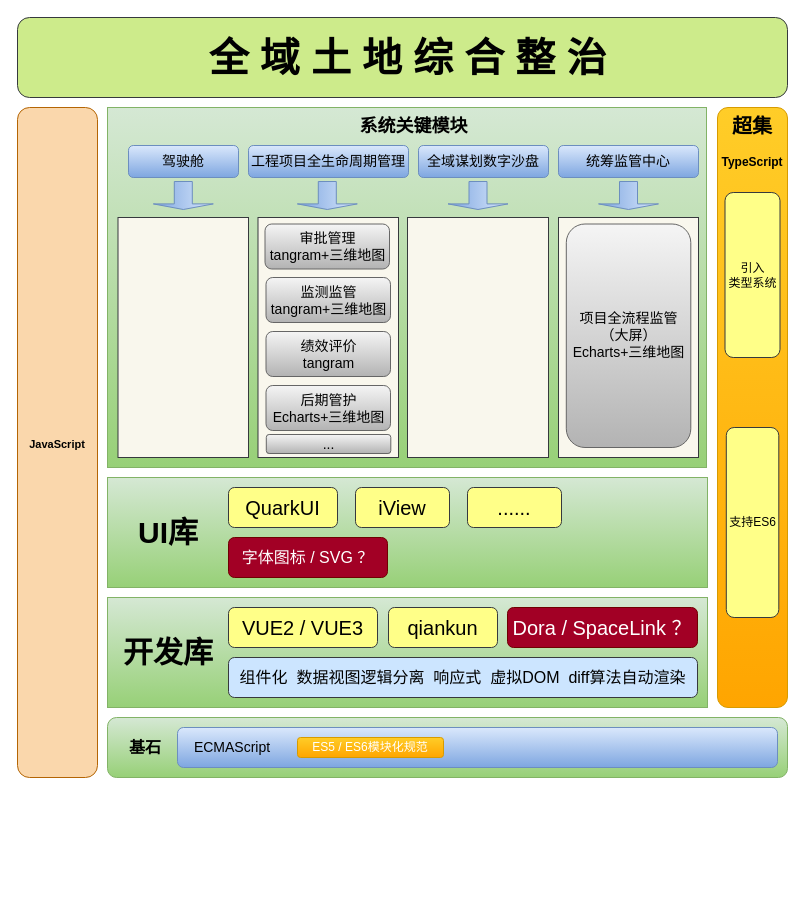
Before: page "前端架构图" (1 of 2) of 未命名绘图.drawio in wkb488/test, a draw.io diagram. Source tidied: cells renumbered, new cells numbered last; positions are measured from the earlier drawing's top-left corner, leaving out a move shared by most shapes. Both pictures are drawn from the tidied source at 100%, with x=0, y=0 at pixel (17, 17).
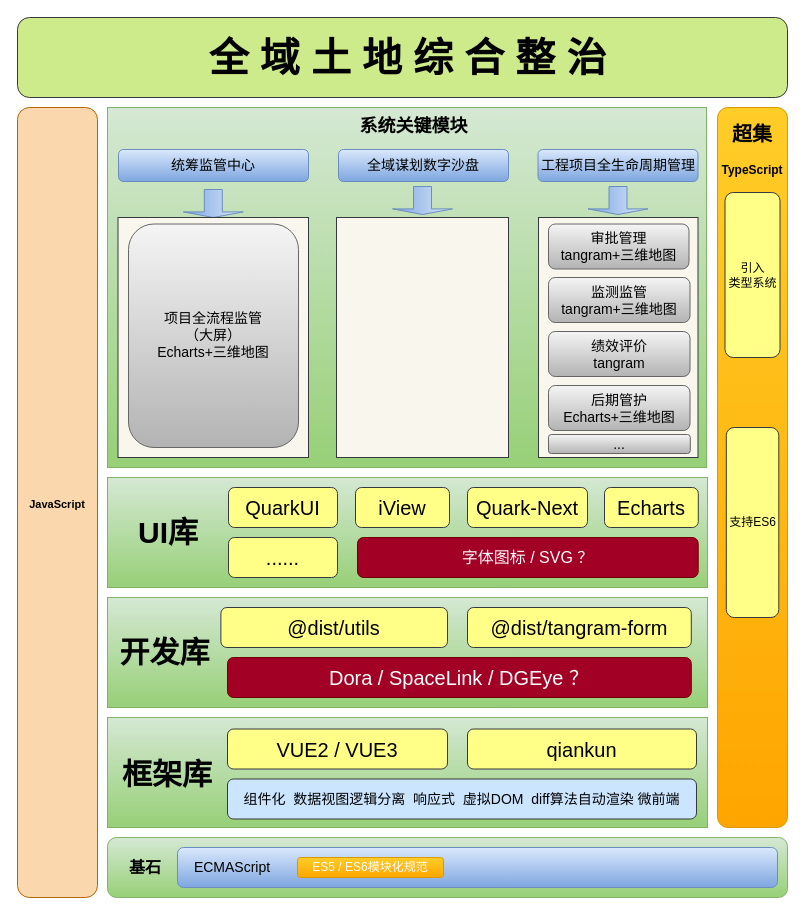
The same page after the edit.

Commit message:
更新未命名绘图.drawio

The change refers to these unchanged cells:
```xml
<mxCell id="14" style="group;" parent="1" vertex="1">
  <mxGeometry x="91" y="90" width="599" height="360" as="geometry" />
</mxCell>
<mxCell id="42" style="group;fillColor=#f8cecc;strokeColor=#b85450;" parent="1" vertex="1">
  <mxGeometry x="90" y="460" width="600" height="110" as="geometry" />
</mxCell>
```

Change to the diagram source:
```diff
@@
     <mxCell id="3" value="&lt;h2&gt;&lt;span style=&quot;font-size: 11px;&quot;&gt;JavaScript&lt;/span&gt;&lt;/h2&gt;" style="rounded=1;whiteSpace=wrap;html=1;fillColor=#fad7ac;strokeColor=#b46504;" parent="1" vertex="1">
-      <mxGeometry y="90" width="80" height="670" as="geometry" />
+      <mxGeometry y="90" width="80" height="790" as="geometry" />
     </mxCell>
     <mxCell id="4" style="rounded=1;whiteSpace=wrap;html=1;fillColor=#ffcd28;gradientColor=#ffa500;strokeColor=#d79b00;" parent="1" vertex="1">
-      <mxGeometry x="700" y="90" width="70" height="600" as="geometry" />
+      <mxGeometry x="700" y="90" width="70" height="720" as="geometry" />
     </mxCell>
     <mxCell id="5" value="&lt;h2&gt;&lt;font style=&quot;font-size: 20px;&quot;&gt;超集&lt;/font&gt;&lt;/h2&gt;&lt;h3&gt;&lt;font style=&quot;font-size: 12px;&quot;&gt;TypeScript&lt;/font&gt;&lt;/h3&gt;" style="rounded=1;whiteSpace=wrap;html=1;strokeColor=none;fillColor=none;" parent="1" vertex="1">
-      <mxGeometry x="705" y="94" width="60" height="59" as="geometry" />
+      <mxGeometry x="705" y="102" width="60" height="59" as="geometry" />
     </mxCell>
@@
     <mxCell id="8" style="group;" parent="1" vertex="1">
-      <mxGeometry x="90" y="700" width="680" height="60" as="geometry" />
+      <mxGeometry x="90" y="820" width="680" height="60" as="geometry" />
     </mxCell>
@@
-    <mxCell id="17" value="&lt;font style=&quot;font-size: 14px;&quot;&gt;驾驶舱&lt;/font&gt;" style="rounded=1;whiteSpace=wrap;html=1;fillColor=#dae8fc;gradientColor=#7ea6e0;strokeColor=#6c8ebf;" parent="14" vertex="1">
-      <mxGeometry x="20" y="38" width="110" height="32" as="geometry" />
+    <mxCell id="17" value="&lt;font style=&quot;font-size: 14px;&quot;&gt;统筹监管中心&lt;/font&gt;" style="rounded=1;whiteSpace=wrap;html=1;fillColor=#dae8fc;gradientColor=#7ea6e0;strokeColor=#6c8ebf;" parent="14" vertex="1">
+      <mxGeometry x="10" y="42" width="190" height="32" as="geometry" />
     </mxCell>
     <mxCell id="18" value="&lt;font style=&quot;font-size: 14px;&quot;&gt;工程项目全生命周期管理&lt;/font&gt;" style="rounded=1;whiteSpace=wrap;html=1;fillColor=#dae8fc;gradientColor=#7ea6e0;strokeColor=#6c8ebf;" parent="14" vertex="1">
-      <mxGeometry x="140" y="38" width="160" height="32" as="geometry" />
+      <mxGeometry x="429.5" y="42" width="160" height="32" as="geometry" />
     </mxCell>
     <mxCell id="19" value="&lt;font style=&quot;font-size: 14px;&quot;&gt;全域谋划数字沙盘&lt;/font&gt;" style="rounded=1;whiteSpace=wrap;html=1;fillColor=#dae8fc;gradientColor=#7ea6e0;strokeColor=#6c8ebf;" parent="14" vertex="1">
-      <mxGeometry x="310" y="38" width="130" height="32" as="geometry" />
+      <mxGeometry x="230" y="42" width="170" height="32" as="geometry" />
     </mxCell>
     <mxCell id="20" style="shape=singleArrow;direction=south;whiteSpace=wrap;html=1;fillColor=#dae8fc;gradientColor=#7ea6e0;strokeColor=#6c8ebf;" parent="14" vertex="1">
-      <mxGeometry x="44.8" y="74" width="60" height="28" as="geometry" />
+      <mxGeometry x="74.8" y="82" width="60" height="28" as="geometry" />
     </mxCell>
     <mxCell id="21" style="shape=singleArrow;direction=south;whiteSpace=wrap;html=1;fillColor=#dae8fc;gradientColor=#7ea6e0;strokeColor=#6c8ebf;" parent="14" vertex="1">
-      <mxGeometry x="188.8" y="74" width="60" height="28" as="geometry" />
+      <mxGeometry x="284" y="79" width="60" height="28" as="geometry" />
     </mxCell>
     <mxCell id="22" style="shape=singleArrow;direction=south;whiteSpace=wrap;html=1;fillColor=#dae8fc;gradientColor=#7ea6e0;strokeColor=#6c8ebf;" parent="14" vertex="1">
-      <mxGeometry x="339.5" y="74" width="60" height="28" as="geometry" />
+      <mxGeometry x="479.5" y="79" width="60" height="28" as="geometry" />
     </mxCell>
     <mxCell id="23" style="rounded=0;whiteSpace=wrap;html=1;fillColor=#f9f7ed;strokeColor=#36393d;" parent="14" vertex="1">
-      <mxGeometry x="9.5" y="110" width="130.5" height="240" as="geometry" />
+      <mxGeometry x="9.5" y="110" width="190.5" height="240" as="geometry" />
     </mxCell>
     <mxCell id="24" style="rounded=0;whiteSpace=wrap;html=1;fillColor=#f9f7ed;strokeColor=#36393d;" parent="14" vertex="1">
-      <mxGeometry x="299" y="110" width="141" height="240" as="geometry" />
+      <mxGeometry x="228" y="110" width="172" height="240" as="geometry" />
     </mxCell>
     <mxCell id="25" style="rounded=0;whiteSpace=wrap;html=1;fillColor=#f9f7ed;strokeColor=#36393d;" parent="14" vertex="1">
-      <mxGeometry x="149.5" y="110" width="140.5" height="240" as="geometry" />
+      <mxGeometry x="430" y="110" width="159.5" height="240" as="geometry" />
     </mxCell>
     <mxCell id="26" value="&lt;font style=&quot;font-size: 14px;&quot;&gt;监测监管&lt;br&gt;tangram+三维地图&lt;/font&gt;" style="rounded=1;whiteSpace=wrap;html=1;fillColor=#f5f5f5;gradientColor=#b3b3b3;strokeColor=#666666;" parent="14" vertex="1">
-      <mxGeometry x="157.5" y="170" width="124.5" height="45" as="geometry" />
+      <mxGeometry x="440" y="170" width="141.5" height="45" as="geometry" />
     </mxCell>
     <mxCell id="27" value="&lt;font style=&quot;font-size: 14px;&quot;&gt;审批管理&lt;br&gt;tangram+三维地图&lt;/font&gt;" style="rounded=1;whiteSpace=wrap;html=1;fillColor=#f5f5f5;gradientColor=#b3b3b3;strokeColor=#666666;" parent="14" vertex="1">
-      <mxGeometry x="156.5" y="116.5" width="124.5" height="45" as="geometry" />
+      <mxGeometry x="440" y="116.5" width="140.5" height="45" as="geometry" />
     </mxCell>
     <mxCell id="28" value="&lt;font style=&quot;font-size: 14px;&quot;&gt;后期管护&lt;br&gt;Echarts+三维地图&lt;/font&gt;" style="rounded=1;whiteSpace=wrap;html=1;fillColor=#f5f5f5;gradientColor=#b3b3b3;strokeColor=#666666;" parent="14" vertex="1">
-      <mxGeometry x="157.5" y="278" width="124.5" height="45" as="geometry" />
+      <mxGeometry x="440" y="278" width="141.5" height="45" as="geometry" />
     </mxCell>
     <mxCell id="29" value="&lt;font style=&quot;font-size: 14px;&quot;&gt;绩效评价&lt;br&gt;tangram&lt;/font&gt;" style="rounded=1;whiteSpace=wrap;html=1;fillColor=#f5f5f5;gradientColor=#b3b3b3;strokeColor=#666666;" parent="14" vertex="1">
-      <mxGeometry x="157.5" y="224" width="124.5" height="45" as="geometry" />
+      <mxGeometry x="440" y="224" width="141.5" height="45" as="geometry" />
     </mxCell>
-    <mxCell id="30" value="&lt;font style=&quot;font-size: 14px;&quot;&gt;统筹监管中心&lt;/font&gt;" style="rounded=1;whiteSpace=wrap;html=1;fillColor=#dae8fc;gradientColor=#7ea6e0;strokeColor=#6c8ebf;" parent="14" vertex="1">
-      <mxGeometry x="450" y="38" width="140" height="32" as="geometry" />
-    </mxCell>
-    <mxCell id="31" style="shape=singleArrow;direction=south;whiteSpace=wrap;html=1;fillColor=#dae8fc;gradientColor=#7ea6e0;strokeColor=#6c8ebf;" parent="14" vertex="1">
-      <mxGeometry x="490" y="74" width="60" height="28" as="geometry" />
-    </mxCell>
-    <mxCell id="32" style="rounded=0;whiteSpace=wrap;html=1;fillColor=#f9f7ed;strokeColor=#36393d;" parent="14" vertex="1">
-      <mxGeometry x="450" y="110" width="140" height="240" as="geometry" />
-    </mxCell>
+    <mxCell id="34" value="&lt;span style=&quot;font-size: 14px;&quot;&gt;...&lt;/span&gt;" style="rounded=1;whiteSpace=wrap;html=1;fillColor=#f5f5f5;gradientColor=#b3b3b3;strokeColor=#666666;" parent="14" vertex="1">
+      <mxGeometry x="440" y="327" width="141.8" height="19" as="geometry" />
+    </mxCell>
     <mxCell id="33" value="&lt;font style=&quot;font-size: 14px;&quot;&gt;项目全流程监管&lt;br&gt;（大屏）&lt;br&gt;Echarts+三维地图&lt;br&gt;&lt;/font&gt;" style="rounded=1;whiteSpace=wrap;html=1;fillColor=#f5f5f5;gradientColor=#b3b3b3;strokeColor=#666666;" parent="14" vertex="1">
-      <mxGeometry x="457.8" y="116.5" width="124.5" height="223.5" as="geometry" />
+      <mxGeometry x="20" y="116.5" width="170" height="223.5" as="geometry" />
     </mxCell>
-    <mxCell id="34" value="&lt;span style=&quot;font-size: 14px;&quot;&gt;...&lt;/span&gt;" style="rounded=1;whiteSpace=wrap;html=1;fillColor=#f5f5f5;gradientColor=#b3b3b3;strokeColor=#666666;" parent="14" vertex="1">
-      <mxGeometry x="157.8" y="327" width="124.5" height="19" as="geometry" />
-    </mxCell>
-    <mxCell id="35" style="group;fillColor=#a20025;fontColor=#ffffff;strokeColor=#6F0000;" parent="1" vertex="1">
+    <mxCell id="35" style="group;fillColor=#d5e8d4;strokeColor=#82b366;gradientColor=#97d077;" parent="1" vertex="1">
       <mxGeometry x="90" y="580" width="600" height="110" as="geometry" />
     </mxCell>
@@
     <mxCell id="37" value="&lt;h2&gt;&lt;font style=&quot;font-size: 30px;&quot;&gt;开发库&lt;/font&gt;&lt;/h2&gt;" style="rounded=1;whiteSpace=wrap;html=1;strokeWidth=0;strokeColor=none;fillColor=none;gradientColor=none;" parent="35" vertex="1">
-      <mxGeometry x="1" y="25" width="120" height="60" as="geometry" />
+      <mxGeometry x="0.9" y="25" width="112.5" height="60" as="geometry" />
     </mxCell>
-    <mxCell id="38" value="&lt;font style=&quot;font-size: 20px;&quot;&gt;VUE2 / VUE3&lt;/font&gt;" style="rounded=1;whiteSpace=wrap;html=1;fillColor=#ffff88;strokeColor=#36393d;" parent="35" vertex="1">
-      <mxGeometry x="121" y="10" width="149" height="40" as="geometry" />
+    <mxCell id="38" value="&lt;font style=&quot;font-size: 20px;&quot;&gt;@dist/utils&lt;/font&gt;" style="rounded=1;whiteSpace=wrap;html=1;fillColor=#ffff88;strokeColor=#36393d;" parent="35" vertex="1">
+      <mxGeometry x="113.4" y="10" width="226.6" height="40" as="geometry" />
     </mxCell>
-    <mxCell id="39" value="&lt;font style=&quot;font-size: 16px;&quot;&gt;组件化&amp;nbsp; 数据视图逻辑分离&amp;nbsp; 响应式&amp;nbsp; 虚拟DOM&amp;nbsp; diff算法自动渲染&lt;/font&gt;" style="rounded=1;whiteSpace=wrap;html=1;fillColor=#cce5ff;strokeColor=#36393d;" parent="35" vertex="1">
-      <mxGeometry x="121" y="60" width="469" height="40" as="geometry" />
-    </mxCell>
-    <mxCell id="40" value="&lt;font style=&quot;font-size: 20px;&quot;&gt;Dora / SpaceLink ？&lt;/font&gt;" style="rounded=1;whiteSpace=wrap;html=1;fillColor=#a20025;strokeColor=#6F0000;fontColor=#ffffff;" parent="35" vertex="1">
-      <mxGeometry x="400" y="10" width="190" height="40" as="geometry" />
+    <mxCell id="40" value="&lt;font style=&quot;font-size: 20px;&quot;&gt;Dora / SpaceLink / DGEye ？&lt;/font&gt;" style="rounded=1;whiteSpace=wrap;html=1;fillColor=#a20025;strokeColor=#6F0000;fontColor=#ffffff;" parent="35" vertex="1">
+      <mxGeometry x="120" y="60" width="463.8" height="40" as="geometry" />
     </mxCell>
-    <mxCell id="41" value="&lt;font style=&quot;font-size: 20px;&quot;&gt;qiankun&lt;/font&gt;" style="rounded=1;whiteSpace=wrap;html=1;fillColor=#ffff88;strokeColor=#36393d;" parent="35" vertex="1">
-      <mxGeometry x="281" y="10" width="109" height="40" as="geometry" />
-    </mxCell>
+    <mxCell id="49" value="&lt;font style=&quot;font-size: 20px;&quot;&gt;@dist/tangram-form&lt;/font&gt;" style="rounded=1;whiteSpace=wrap;html=1;fillColor=#ffff88;strokeColor=#36393d;" parent="35" vertex="1">
+      <mxGeometry x="360" y="10" width="223.8" height="40" as="geometry" />
+    </mxCell>
@@
     <mxCell id="46" value="&lt;span style=&quot;font-size: 16px;&quot;&gt;字体图标 / SVG ？&lt;/span&gt;" style="rounded=1;whiteSpace=wrap;html=1;fillColor=#a20025;strokeColor=#6F0000;fontColor=#ffffff;" parent="42" vertex="1">
-      <mxGeometry x="121" y="60" width="159" height="40" as="geometry" />
+      <mxGeometry x="250" y="60" width="340.7" height="40" as="geometry" />
     </mxCell>
@@
     <mxCell id="48" value="&lt;font style=&quot;font-size: 20px;&quot;&gt;......&lt;/font&gt;" style="rounded=1;whiteSpace=wrap;html=1;fillColor=#ffff88;strokeColor=#36393d;" parent="42" vertex="1">
-      <mxGeometry x="360" y="10" width="94" height="40" as="geometry" />
+      <mxGeometry x="121" y="60" width="109" height="40" as="geometry" />
     </mxCell>
+    <mxCell id="50" value="&lt;font style=&quot;font-size: 20px;&quot;&gt;Quark-Next&lt;/font&gt;" style="rounded=1;whiteSpace=wrap;html=1;fillColor=#ffff88;strokeColor=#36393d;" parent="42" vertex="1">
+      <mxGeometry x="360" y="10" width="120" height="40" as="geometry" />
+    </mxCell>
+    <mxCell id="51" value="&lt;span style=&quot;font-size: 20px;&quot;&gt;Echarts&lt;/span&gt;" style="rounded=1;whiteSpace=wrap;html=1;fillColor=#ffff88;strokeColor=#36393d;" parent="42" vertex="1">
+      <mxGeometry x="497" y="10" width="93.8" height="40" as="geometry" />
+    </mxCell>
+    <mxCell id="52" style="rounded=0;whiteSpace=wrap;html=1;fillColor=#d5e8d4;gradientColor=#97d077;strokeColor=#82b366;" parent="1" vertex="1">
+      <mxGeometry x="90" y="700" width="600" height="110" as="geometry" />
+    </mxCell>
+    <mxCell id="53" value="&lt;h2 style=&quot;border-color: var(--border-color);&quot;&gt;&lt;font style=&quot;border-color: var(--border-color); font-size: 30px;&quot;&gt;框架库&lt;/font&gt;&lt;/h2&gt;" style="rounded=1;whiteSpace=wrap;html=1;strokeWidth=0;strokeColor=none;fillColor=none;gradientColor=none;" parent="1" vertex="1">
+      <mxGeometry x="90" y="726.5" width="120" height="60" as="geometry" />
+    </mxCell>
+    <mxCell id="54" value="&lt;font style=&quot;font-size: 20px;&quot;&gt;VUE2 / VUE3&lt;/font&gt;" style="rounded=1;whiteSpace=wrap;html=1;fillColor=#ffff88;strokeColor=#36393d;" parent="1" vertex="1">
+      <mxGeometry x="210" y="711.5" width="220" height="40" as="geometry" />
+    </mxCell>
+    <mxCell id="55" value="&lt;font style=&quot;font-size: 14px;&quot;&gt;组件化&amp;nbsp; 数据视图逻辑分离&amp;nbsp; 响应式&amp;nbsp; 虚拟DOM&amp;nbsp; diff算法自动渲染 微前端&lt;/font&gt;" style="rounded=1;whiteSpace=wrap;html=1;fillColor=#cce5ff;strokeColor=#36393d;" parent="1" vertex="1">
+      <mxGeometry x="210" y="761.5" width="469" height="40" as="geometry" />
+    </mxCell>
+    <mxCell id="41" value="&lt;font style=&quot;font-size: 20px;&quot;&gt;qiankun&lt;/font&gt;" style="rounded=1;whiteSpace=wrap;html=1;fillColor=#ffff88;strokeColor=#36393d;" parent="1" vertex="1">
+      <mxGeometry x="450" y="711.5" width="229" height="40" as="geometry" />
+    </mxCell>
```
